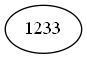
RojasCJP/EDD_VirtualMall_201900289 keeps this Graphviz diagram as Cliente/src/assets/arboles/matriz.png. Above is the earlier version. Its source is kept beside it as Cliente/src/assets/graphviz/matriz.dot.
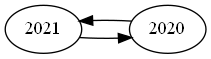
The same file after the commit.

Diff of the diagram source:
```diff
@@ -1,4 +1,5 @@
 digraph matriz{
     rankdir = "LR"
-1233
+2021->2020
+2020->2021
 }
```
